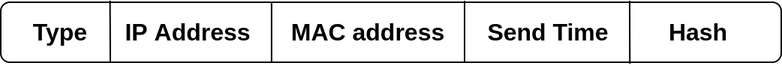
This is docs/figures/sarp_header.png from mido3ds/C4IAN, a draw.io export, as it was before one commit. Source tidied: cells renumbered, new cells last; positions are measured from the earlier drawing's top-left corner, leaving out a move shared by most shapes. Its diagram source:
```xml
<mxGraphModel>
  <root>
    <mxCell id="0" />
    <mxCell id="1" parent="0" />
    <mxCell id="2" style="rounded=1;whiteSpace=wrap;html=1;" parent="1" vertex="1">
      <mxGeometry y="1" width="520" height="40" as="geometry" />
    </mxCell>
    <mxCell id="3" style="endArrow=none;html=1;entryX=0.14;entryY=-0.025;entryDx=0;entryDy=0;entryPerimeter=0;" parent="1" edge="1" target="2">
      <mxGeometry relative="1" as="geometry">
        <mxPoint x="73" y="41" as="sourcePoint" />
      </mxGeometry>
    </mxCell>
    <mxCell id="4" value="&lt;font size=&quot;1&quot;&gt;&lt;b style=&quot;font-size: 16px&quot;&gt;Type&lt;/b&gt;&lt;/font&gt;" style="text;html=1;strokeColor=none;fillColor=none;align=center;verticalAlign=middle;whiteSpace=wrap;rounded=0;" parent="1" vertex="1">
      <mxGeometry x="10" y="11" width="60" height="20" as="geometry" />
    </mxCell>
    <mxCell id="5" value="&lt;b&gt;&lt;font style=&quot;font-size: 16px&quot;&gt;IP Address&lt;/font&gt;&lt;/b&gt;" style="text;html=1;strokeColor=none;fillColor=none;align=center;verticalAlign=middle;whiteSpace=wrap;rounded=0;" parent="1" vertex="1">
      <mxGeometry x="80" y="11" width="90" height="20" as="geometry" />
    </mxCell>
    <mxCell id="6" style="endArrow=none;html=1;exitX=0.347;exitY=0.992;exitDx=0;exitDy=0;exitPerimeter=0;entryX=0.347;entryY=-0.008;entryDx=0;entryDy=0;entryPerimeter=0;" parent="1" edge="1" source="2" target="2">
      <mxGeometry relative="1" as="geometry" />
    </mxCell>
    <mxCell id="7" value="&lt;b&gt;&lt;font style=&quot;font-size: 16px&quot;&gt;MAC address&lt;/font&gt;&lt;/b&gt;" style="text;html=1;strokeColor=none;fillColor=none;align=center;verticalAlign=middle;whiteSpace=wrap;rounded=0;" parent="1" vertex="1">
      <mxGeometry x="190" y="11" width="110" height="20" as="geometry" />
    </mxCell>
    <mxCell id="8" style="endArrow=none;html=1;" parent="1" edge="1">
      <mxGeometry relative="1" as="geometry">
        <mxPoint x="309" y="41" as="sourcePoint" />
        <mxPoint x="309" as="targetPoint" />
      </mxGeometry>
    </mxCell>
    <mxCell id="9" value="&lt;b&gt;&lt;font style=&quot;font-size: 16px&quot;&gt;Send Time&lt;/font&gt;&lt;/b&gt;" style="text;html=1;strokeColor=none;fillColor=none;align=center;verticalAlign=middle;whiteSpace=wrap;rounded=0;" parent="1" vertex="1">
      <mxGeometry x="310" y="11" width="110" height="20" as="geometry" />
    </mxCell>
    <mxCell id="10" style="endArrow=none;html=1;entryX=0.806;entryY=1.025;entryDx=0;entryDy=0;entryPerimeter=0;" parent="1" edge="1" target="2">
      <mxGeometry relative="1" as="geometry">
        <mxPoint x="419" as="sourcePoint" />
      </mxGeometry>
    </mxCell>
    <mxCell id="11" value="&lt;b&gt;&lt;font style=&quot;font-size: 16px&quot;&gt;Hash&lt;/font&gt;&lt;/b&gt;" style="text;html=1;strokeColor=none;fillColor=none;align=center;verticalAlign=middle;whiteSpace=wrap;rounded=0;" parent="1" vertex="1">
      <mxGeometry x="410" y="11" width="110" height="20" as="geometry" />
    </mxCell>
  </root>
</mxGraphModel>
```
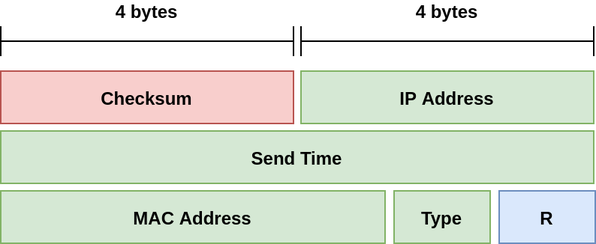
After the change.

Commit message:
Docs: modified and added diagrams for ZHLS

Change to the diagram source:
```diff
@@ -2,42 +2,29 @@
   <root>
     <mxCell id="0" />
     <mxCell id="1" parent="0" />
-    <mxCell id="2" style="rounded=1;whiteSpace=wrap;html=1;" parent="1" vertex="1">
-      <mxGeometry y="1" width="520" height="40" as="geometry" />
-    </mxCell>
-    <mxCell id="3" style="endArrow=none;html=1;entryX=0.14;entryY=-0.025;entryDx=0;entryDy=0;entryPerimeter=0;" parent="1" edge="1" target="2">
-      <mxGeometry relative="1" as="geometry">
-        <mxPoint x="73" y="41" as="sourcePoint" />
-      </mxGeometry>
-    </mxCell>
+    <mxCell id="12" value="Checksum" style="rounded=0;whiteSpace=wrap;html=1;fillColor=#f8cecc;strokeColor=#b85450;fontStyle=1;" parent="1" vertex="1">
+      <mxGeometry x="94" y="-179" width="195" height="35" as="geometry" />
+    </mxCell>
+    <mxCell id="13" value="MAC Address" style="rounded=0;whiteSpace=wrap;html=1;fillColor=#d5e8d4;strokeColor=#82b366;fontStyle=1;" parent="1" vertex="1">
+      <mxGeometry x="94" y="-99" width="256" height="35" as="geometry" />
+    </mxCell>
+    <mxCell id="9" value="Send Time" style="rounded=0;whiteSpace=wrap;html=1;fillColor=#d5e8d4;strokeColor=#82b366;fontStyle=1;" parent="1" vertex="1">
+      <mxGeometry x="94" y="-139" width="395" height="35" as="geometry" />
+    </mxCell>
+    <mxCell id="14" value="4 bytes" style="shape=crossbar;whiteSpace=wrap;html=1;rounded=1;verticalAlign=bottom;labelPosition=center;verticalLabelPosition=top;align=center;fontStyle=1;" parent="1" vertex="1">
+      <mxGeometry x="94" y="-209" width="195" height="20" as="geometry" />
+    </mxCell>
-    <mxCell id="4" value="&lt;font size=&quot;1&quot;&gt;&lt;b style=&quot;font-size: 16px&quot;&gt;Type&lt;/b&gt;&lt;/font&gt;" style="text;html=1;strokeColor=none;fillColor=none;align=center;verticalAlign=middle;whiteSpace=wrap;rounded=0;" parent="1" vertex="1">
-      <mxGeometry x="10" y="11" width="60" height="20" as="geometry" />
+    <mxCell id="4" value="Type" style="rounded=0;whiteSpace=wrap;html=1;fillColor=#d5e8d4;strokeColor=#82b366;fontStyle=1;" parent="1" vertex="1">
+      <mxGeometry x="356" y="-99" width="64" height="35" as="geometry" />
     </mxCell>
-    <mxCell id="5" value="&lt;b&gt;&lt;font style=&quot;font-size: 16px&quot;&gt;IP Address&lt;/font&gt;&lt;/b&gt;" style="text;html=1;strokeColor=none;fillColor=none;align=center;verticalAlign=middle;whiteSpace=wrap;rounded=0;" parent="1" vertex="1">
-      <mxGeometry x="80" y="11" width="90" height="20" as="geometry" />
+    <mxCell id="5" value="IP Address" style="rounded=0;whiteSpace=wrap;html=1;fillColor=#d5e8d4;strokeColor=#82b366;fontStyle=1;" parent="1" vertex="1">
+      <mxGeometry x="294" y="-179" width="195" height="35" as="geometry" />
     </mxCell>
-    <mxCell id="6" style="endArrow=none;html=1;exitX=0.347;exitY=0.992;exitDx=0;exitDy=0;exitPerimeter=0;entryX=0.347;entryY=-0.008;entryDx=0;entryDy=0;entryPerimeter=0;" parent="1" edge="1" source="2" target="2">
-      <mxGeometry relative="1" as="geometry" />
-    </mxCell>
-    <mxCell id="7" value="&lt;b&gt;&lt;font style=&quot;font-size: 16px&quot;&gt;MAC address&lt;/font&gt;&lt;/b&gt;" style="text;html=1;strokeColor=none;fillColor=none;align=center;verticalAlign=middle;whiteSpace=wrap;rounded=0;" parent="1" vertex="1">
-      <mxGeometry x="190" y="11" width="110" height="20" as="geometry" />
-    </mxCell>
-    <mxCell id="8" style="endArrow=none;html=1;" parent="1" edge="1">
-      <mxGeometry relative="1" as="geometry">
-        <mxPoint x="309" y="41" as="sourcePoint" />
-        <mxPoint x="309" as="targetPoint" />
-      </mxGeometry>
-    </mxCell>
-    <mxCell id="9" value="&lt;b&gt;&lt;font style=&quot;font-size: 16px&quot;&gt;Send Time&lt;/font&gt;&lt;/b&gt;" style="text;html=1;strokeColor=none;fillColor=none;align=center;verticalAlign=middle;whiteSpace=wrap;rounded=0;" parent="1" vertex="1">
-      <mxGeometry x="310" y="11" width="110" height="20" as="geometry" />
-    </mxCell>
-    <mxCell id="10" style="endArrow=none;html=1;entryX=0.806;entryY=1.025;entryDx=0;entryDy=0;entryPerimeter=0;" parent="1" edge="1" target="2">
-      <mxGeometry relative="1" as="geometry">
-        <mxPoint x="419" as="sourcePoint" />
-      </mxGeometry>
-    </mxCell>
-    <mxCell id="11" value="&lt;b&gt;&lt;font style=&quot;font-size: 16px&quot;&gt;Hash&lt;/font&gt;&lt;/b&gt;" style="text;html=1;strokeColor=none;fillColor=none;align=center;verticalAlign=middle;whiteSpace=wrap;rounded=0;" parent="1" vertex="1">
-      <mxGeometry x="410" y="11" width="110" height="20" as="geometry" />
-    </mxCell>
+    <mxCell id="15" value="4 bytes" style="shape=crossbar;whiteSpace=wrap;html=1;rounded=1;verticalAlign=bottom;labelPosition=center;verticalLabelPosition=top;align=center;fontStyle=1;" parent="1" vertex="1">
+      <mxGeometry x="294" y="-209" width="195" height="20" as="geometry" />
+    </mxCell>
+    <mxCell id="16" value="R" style="rounded=0;whiteSpace=wrap;html=1;fillColor=#dae8fc;strokeColor=#6c8ebf;fontStyle=1;" parent="1" vertex="1">
+      <mxGeometry x="426" y="-99" width="64" height="35" as="geometry" />
+    </mxCell>
   </root>
 </mxGraphModel>
```
